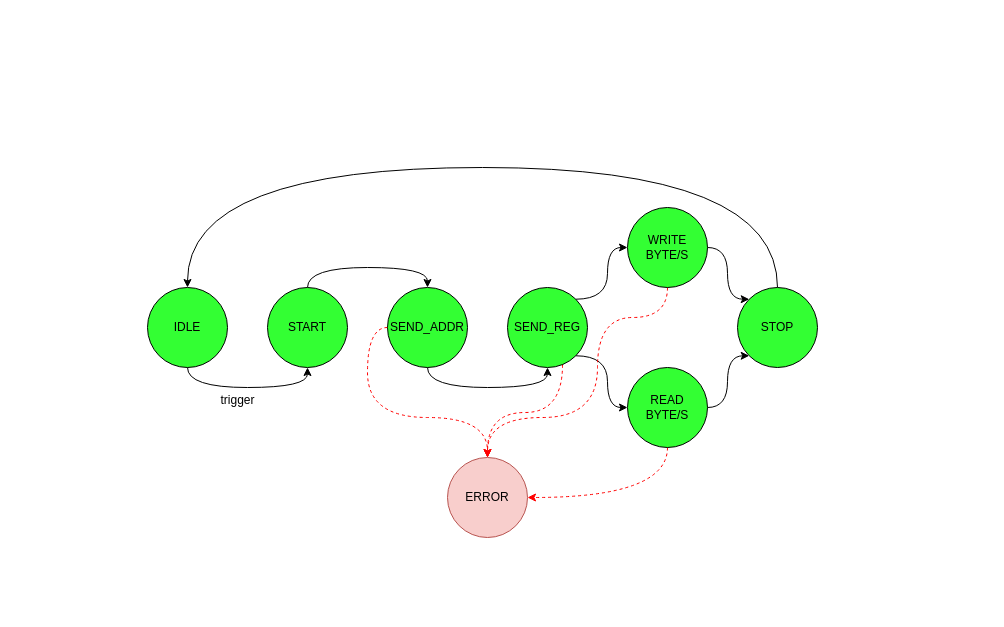
carlosmgj/VICON keeps this draw.io diagram as page "I2C_CONTROLLER" (5 of 5) of projects/vicon_cmgj/diagram/vicon.drawio. Above is the earlier version. Source tidied: cells renumbered, new cells numbered last; positions are measured from the earlier drawing's top-left corner, leaving out a move shared by most shapes. Both pictures are drawn from the tidied source at 100%, with x=0, y=0 at pixel (147, 167).
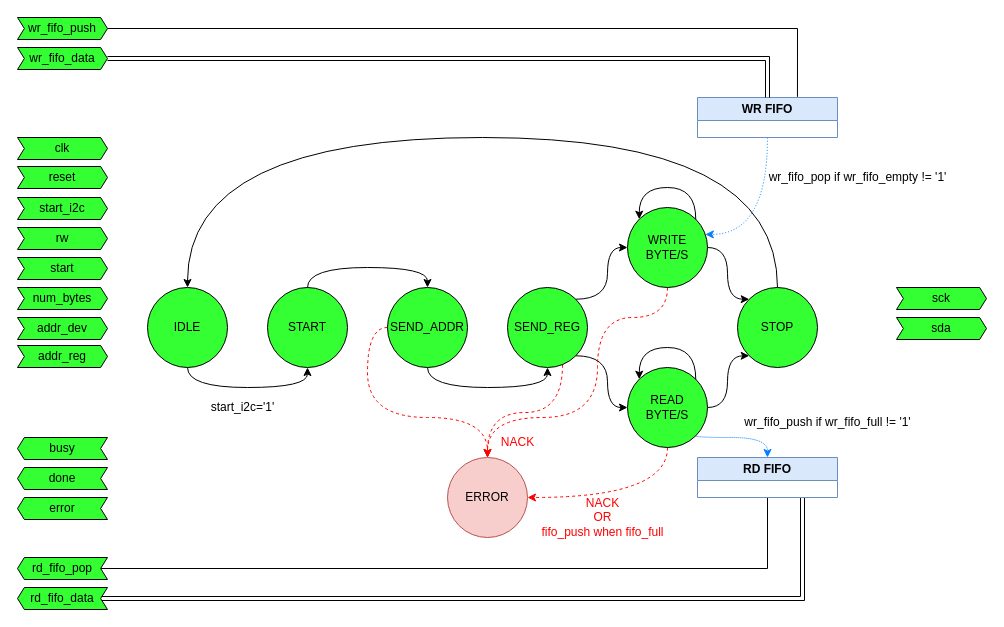
After the change.

Unchanged cells that the change refers to:
```xml
<mxCell id="3" value="IDLE" style="ellipse;whiteSpace=wrap;html=1;fillColor=#33FF33;" parent="1" vertex="1">
  <mxGeometry y="120" width="80" height="80" as="geometry" />
</mxCell>
<mxCell id="15" value="READ BYTE/S" style="ellipse;whiteSpace=wrap;html=1;fillColor=#33FF33;" parent="1" vertex="1">
  <mxGeometry x="480" y="200" width="80" height="80" as="geometry" />
</mxCell>
<mxCell id="18" value="WRITE&lt;br&gt;BYTE/S" style="ellipse;whiteSpace=wrap;html=1;fillColor=#33FF33;" parent="1" vertex="1">
  <mxGeometry x="480" y="40" width="80" height="80" as="geometry" />
</mxCell>
<mxCell id="20" value="STOP" style="ellipse;whiteSpace=wrap;html=1;fillColor=#33FF33;" parent="1" vertex="1">
  <mxGeometry x="590" y="120" width="80" height="80" as="geometry" />
</mxCell>
```

Diff of the diagram source:
```diff
@@
+    <mxCell id="23" style="edgeStyle=orthogonalEdgeStyle;rounded=0;jettySize=auto;html=1;exitX=1;exitY=1;exitDx=0;exitDy=0;entryX=0.5;entryY=0;entryDx=0;entryDy=0;curved=1;dashed=1;dashPattern=1 1;strokeColor=#007FFF;" parent="1" edge="1" source="15" target="32">
+      <mxGeometry relative="1" as="geometry">
+        <Array as="points">
+          <mxPoint x="548" y="270" />
+          <mxPoint x="620" y="270" />
+        </Array>
+      </mxGeometry>
+    </mxCell>
@@
     <mxCell id="19" style="edgeStyle=orthogonalEdgeStyle;rounded=0;jettySize=auto;html=1;exitX=0.5;exitY=0;exitDx=0;exitDy=0;entryX=0.5;entryY=0;entryDx=0;entryDy=0;curved=1;" parent="1" edge="1" source="20" target="3">
       <mxGeometry relative="1" as="geometry">
         <Array as="points">
-          <mxPoint x="630" />
-          <mxPoint x="40" />
+          <mxPoint x="630" y="-30" />
+          <mxPoint x="40" y="-30" />
         </Array>
       </mxGeometry>
     </mxCell>
@@
-    <mxCell id="21" value="trigger" style="text;html=1;align=center;verticalAlign=middle;strokeColor=none;fillColor=none;" parent="1" vertex="1">
-      <mxGeometry x="60" y="218" width="60" height="30" as="geometry" />
-    </mxCell>
@@
+    <mxCell id="24" value="NACK" style="text;html=1;align=center;verticalAlign=middle;strokeColor=none;fillColor=none;fontColor=#FF0000;" parent="1" vertex="1">
+      <mxGeometry x="340" y="260" width="60" height="30" as="geometry" />
+    </mxCell>
+    <mxCell id="25" value="NACK &lt;br&gt;OR &lt;br&gt;fifo_push when fifo_full" style="text;html=1;align=center;verticalAlign=middle;strokeColor=none;fillColor=none;fontColor=#FF0000;" parent="1" vertex="1">
+      <mxGeometry x="380" y="320" width="150" height="60" as="geometry" />
+    </mxCell>
+    <mxCell id="26" style="edgeStyle=orthogonalEdgeStyle;rounded=0;orthogonalLoop=1;jettySize=auto;html=1;exitX=1;exitY=0;exitDx=0;exitDy=0;entryX=0;entryY=0;entryDx=0;entryDy=0;curved=1;" parent="1" edge="1" source="15" target="15">
+      <mxGeometry relative="1" as="geometry">
+        <Array as="points">
+          <mxPoint x="548" y="180" />
+          <mxPoint x="492" y="180" />
+        </Array>
+      </mxGeometry>
+    </mxCell>
+    <mxCell id="27" style="edgeStyle=orthogonalEdgeStyle;rounded=0;orthogonalLoop=1;jettySize=auto;html=1;exitX=1;exitY=0;exitDx=0;exitDy=0;entryX=0;entryY=0;entryDx=0;entryDy=0;curved=1;" parent="1" edge="1" source="18" target="18">
+      <mxGeometry relative="1" as="geometry">
+        <Array as="points">
+          <mxPoint x="548" y="20" />
+          <mxPoint x="492" y="20" />
+        </Array>
+      </mxGeometry>
+    </mxCell>
+    <mxCell id="28" style="edgeStyle=orthogonalEdgeStyle;rounded=0;jettySize=auto;html=1;exitX=0.5;exitY=1;exitDx=0;exitDy=0;entryX=0.973;entryY=0.336;entryDx=0;entryDy=0;curved=1;entryPerimeter=0;dashed=1;dashPattern=1 2;strokeColor=#007FFF;" parent="1" edge="1" source="29" target="18">
+      <mxGeometry relative="1" as="geometry">
+        <Array as="points">
+          <mxPoint x="620" y="67" />
+        </Array>
+      </mxGeometry>
+    </mxCell>
+    <mxCell id="29" value="WR FIFO" style="swimlane;whiteSpace=wrap;html=1;fillColor=#dae8fc;strokeColor=#6c8ebf;" parent="1" vertex="1">
+      <mxGeometry x="550" y="-70" width="140" height="40" as="geometry" />
+    </mxCell>
+    <mxCell id="30" style="edgeStyle=orthogonalEdgeStyle;rounded=0;jettySize=auto;html=1;exitX=0.5;exitY=1;exitDx=0;exitDy=0;entryX=1;entryY=0.5;entryDx=0;entryDy=0;endArrow=none;endFill=0;" parent="1" edge="1" source="32" target="35">
+      <mxGeometry relative="1" as="geometry">
+        <Array as="points">
+          <mxPoint x="620" y="401" />
+        </Array>
+      </mxGeometry>
+    </mxCell>
+    <mxCell id="31" style="edgeStyle=orthogonalEdgeStyle;rounded=0;jettySize=auto;html=1;exitX=0.75;exitY=1;exitDx=0;exitDy=0;entryX=1;entryY=0.5;entryDx=0;entryDy=0;shape=link;" parent="1" edge="1" source="32" target="36">
+      <mxGeometry relative="1" as="geometry">
+        <Array as="points">
+          <mxPoint x="655" y="431" />
+        </Array>
+      </mxGeometry>
+    </mxCell>
+    <mxCell id="32" value="RD FIFO" style="swimlane;whiteSpace=wrap;html=1;fillColor=#dae8fc;strokeColor=#6c8ebf;" parent="1" vertex="1">
+      <mxGeometry x="550" y="290" width="140" height="40" as="geometry" />
+    </mxCell>
+    <mxCell id="33" value="wr_fifo_push" style="shape=step;perimeter=stepPerimeter;whiteSpace=wrap;html=1;fixedSize=1;size=6.8620689655173805;labelBackgroundColor=none;rounded=0;fillColor=#33FF33;" parent="1" vertex="1">
+      <mxGeometry x="-130" y="-150" width="90" height="22" as="geometry" />
+    </mxCell>
+    <mxCell id="34" style="edgeStyle=orthogonalEdgeStyle;rounded=0;jettySize=auto;html=1;entryX=0.5;entryY=0;entryDx=0;entryDy=0;shape=link;exitX=1;exitY=0.5;exitDx=0;exitDy=0;" parent="1" edge="1" source="44" target="29">
+      <mxGeometry relative="1" as="geometry" />
+    </mxCell>
+    <mxCell id="35" value="rd_fifo_pop" style="shape=step;perimeter=stepPerimeter;whiteSpace=wrap;html=1;fixedSize=1;size=6.8620689655173805;labelBackgroundColor=none;rounded=0;fillColor=#33FF33;flipH=1;" parent="1" vertex="1">
+      <mxGeometry x="-130" y="390" width="90" height="22" as="geometry" />
+    </mxCell>
+    <mxCell id="36" value="rd_fifo_data" style="shape=step;perimeter=stepPerimeter;whiteSpace=wrap;html=1;fixedSize=1;size=6.8620689655173805;labelBackgroundColor=none;rounded=0;fillColor=#33FF33;flipH=1;" parent="1" vertex="1">
+      <mxGeometry x="-130" y="420" width="90" height="22" as="geometry" />
+    </mxCell>
+    <mxCell id="37" style="edgeStyle=orthogonalEdgeStyle;rounded=0;jettySize=auto;html=1;entryX=0.714;entryY=-0.016;entryDx=0;entryDy=0;entryPerimeter=0;endArrow=none;endFill=0;exitX=1;exitY=0.5;exitDx=0;exitDy=0;" parent="1" edge="1" source="33" target="29">
+      <mxGeometry relative="1" as="geometry">
+        <Array as="points">
+          <mxPoint x="650" y="-139" />
+        </Array>
+      </mxGeometry>
+    </mxCell>
+    <mxCell id="38" value="start_i2c='1'" style="text;html=1;align=center;verticalAlign=middle;strokeColor=none;fillColor=none;" parent="1" vertex="1">
+      <mxGeometry x="50" y="225" width="90" height="30" as="geometry" />
+    </mxCell>
+    <mxCell id="39" value="wr_fifo_pop if wr_fifo_empty != '1'" style="text;html=1;align=center;verticalAlign=middle;strokeColor=none;fillColor=none;" parent="1" vertex="1">
+      <mxGeometry x="610" y="-5" width="200" height="30" as="geometry" />
+    </mxCell>
+    <mxCell id="40" value="wr_fifo_push if wr_fifo_full != '1'" style="text;html=1;align=center;verticalAlign=middle;strokeColor=none;fillColor=none;" parent="1" vertex="1">
+      <mxGeometry x="585" y="240" width="190" height="30" as="geometry" />
+    </mxCell>
+    <mxCell id="41" value="busy" style="shape=step;perimeter=stepPerimeter;whiteSpace=wrap;html=1;fixedSize=1;size=6.8620689655173805;labelBackgroundColor=none;rounded=0;fillColor=#33FF33;flipH=1;" parent="1" vertex="1">
+      <mxGeometry x="-130" y="270" width="90" height="22" as="geometry" />
+    </mxCell>
+    <mxCell id="42" value="sck" style="shape=step;perimeter=stepPerimeter;whiteSpace=wrap;html=1;fixedSize=1;size=6.8620689655173805;labelBackgroundColor=none;rounded=0;fillColor=#33FF33;" parent="1" vertex="1">
+      <mxGeometry x="749" y="120" width="90" height="22" as="geometry" />
+    </mxCell>
+    <mxCell id="43" value="sda" style="shape=step;perimeter=stepPerimeter;whiteSpace=wrap;html=1;fixedSize=1;size=6.8620689655173805;labelBackgroundColor=none;rounded=0;fillColor=#33FF33;" parent="1" vertex="1">
+      <mxGeometry x="749" y="150" width="90" height="22" as="geometry" />
+    </mxCell>
+    <mxCell id="44" value="wr_fifo_data" style="shape=step;perimeter=stepPerimeter;whiteSpace=wrap;html=1;fixedSize=1;size=6.8620689655173805;labelBackgroundColor=none;rounded=0;fillColor=#33FF33;" parent="1" vertex="1">
+      <mxGeometry x="-130" y="-120" width="90" height="22" as="geometry" />
+    </mxCell>
+    <mxCell id="45" value="clk" style="shape=step;perimeter=stepPerimeter;whiteSpace=wrap;html=1;fixedSize=1;size=6.8620689655173805;labelBackgroundColor=none;rounded=0;fillColor=#33FF33;" parent="1" vertex="1">
+      <mxGeometry x="-130" y="-30" width="90" height="22" as="geometry" />
+    </mxCell>
+    <mxCell id="46" value="reset" style="shape=step;perimeter=stepPerimeter;whiteSpace=wrap;html=1;fixedSize=1;size=6.8620689655173805;labelBackgroundColor=none;rounded=0;fillColor=#33FF33;" parent="1" vertex="1">
+      <mxGeometry x="-130" y="-1" width="90" height="22" as="geometry" />
+    </mxCell>
+    <mxCell id="47" value="start_i2c" style="shape=step;perimeter=stepPerimeter;whiteSpace=wrap;html=1;fixedSize=1;size=6.8620689655173805;labelBackgroundColor=none;rounded=0;fillColor=#33FF33;" parent="1" vertex="1">
+      <mxGeometry x="-130" y="30" width="90" height="22" as="geometry" />
+    </mxCell>
+    <mxCell id="48" value="rw" style="shape=step;perimeter=stepPerimeter;whiteSpace=wrap;html=1;fixedSize=1;size=6.8620689655173805;labelBackgroundColor=none;rounded=0;fillColor=#33FF33;" parent="1" vertex="1">
+      <mxGeometry x="-130" y="60" width="90" height="22" as="geometry" />
+    </mxCell>
+    <mxCell id="49" value="start" style="shape=step;perimeter=stepPerimeter;whiteSpace=wrap;html=1;fixedSize=1;size=6.8620689655173805;labelBackgroundColor=none;rounded=0;fillColor=#33FF33;" parent="1" vertex="1">
+      <mxGeometry x="-130" y="90" width="90" height="22" as="geometry" />
+    </mxCell>
+    <mxCell id="50" value="num_bytes" style="shape=step;perimeter=stepPerimeter;whiteSpace=wrap;html=1;fixedSize=1;size=6.8620689655173805;labelBackgroundColor=none;rounded=0;fillColor=#33FF33;" parent="1" vertex="1">
+      <mxGeometry x="-130" y="120" width="90" height="22" as="geometry" />
+    </mxCell>
+    <mxCell id="51" value="addr_dev" style="shape=step;perimeter=stepPerimeter;whiteSpace=wrap;html=1;fixedSize=1;size=6.8620689655173805;labelBackgroundColor=none;rounded=0;fillColor=#33FF33;" parent="1" vertex="1">
+      <mxGeometry x="-130" y="150" width="90" height="22" as="geometry" />
+    </mxCell>
+    <mxCell id="52" value="addr_reg" style="shape=step;perimeter=stepPerimeter;whiteSpace=wrap;html=1;fixedSize=1;size=6.8620689655173805;labelBackgroundColor=none;rounded=0;fillColor=#33FF33;" parent="1" vertex="1">
+      <mxGeometry x="-130" y="178" width="90" height="22" as="geometry" />
+    </mxCell>
+    <mxCell id="53" value="done" style="shape=step;perimeter=stepPerimeter;whiteSpace=wrap;html=1;fixedSize=1;size=6.8620689655173805;labelBackgroundColor=none;rounded=0;fillColor=#33FF33;flipH=1;" parent="1" vertex="1">
+      <mxGeometry x="-130" y="300" width="90" height="22" as="geometry" />
+    </mxCell>
+    <mxCell id="54" value="error" style="shape=step;perimeter=stepPerimeter;whiteSpace=wrap;html=1;fixedSize=1;size=6.8620689655173805;labelBackgroundColor=none;rounded=0;fillColor=#33FF33;flipH=1;" parent="1" vertex="1">
+      <mxGeometry x="-130" y="330" width="90" height="22" as="geometry" />
+    </mxCell>
```
